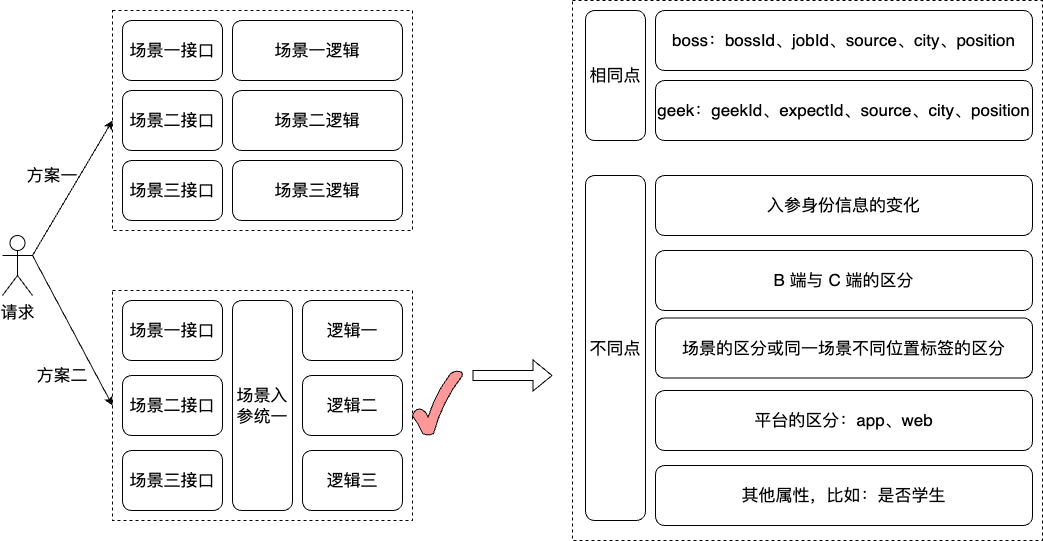
Before: work-draw-file/场景接入的方案.png, a diagram exported from draw.io (liujunao/draw-data). Source tidied: cells renumbered, new cells last; positions are measured from the earlier drawing's top-left corner, leaving out a move shared by most shapes.
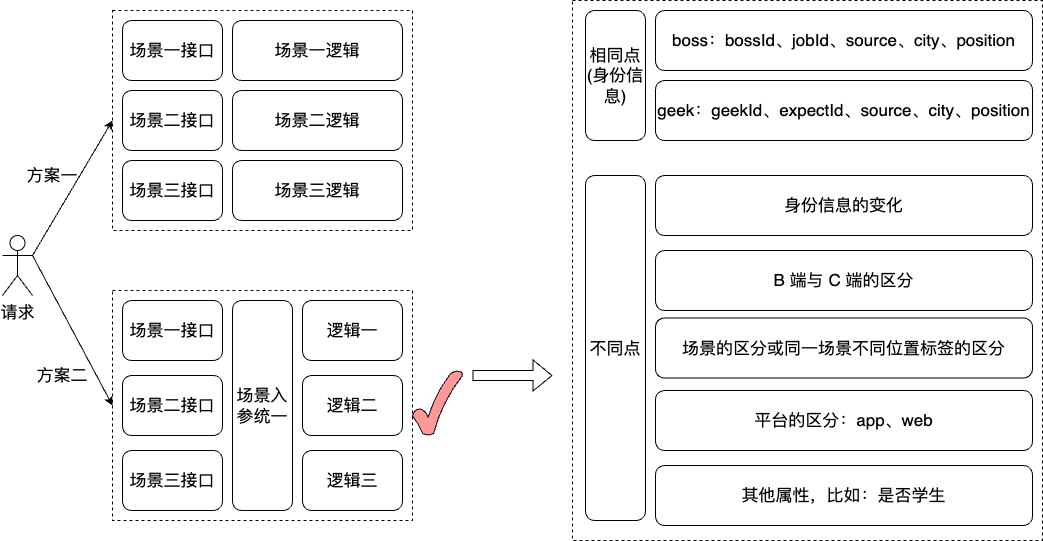
The same diagram one commit later.

Commit message:
更新场景接入的方案.png

The edit, as a diff of the source:
```diff
@@ -50,7 +50,7 @@
     <mxCell id="17" style="verticalLabelPosition=bottom;verticalAlign=top;html=1;shape=mxgraph.basic.tick;fillColor=#FF9999;" parent="1" vertex="1">
       <mxGeometry x="410" y="370" width="50" height="65" as="geometry" />
     </mxCell>
-    <mxCell id="18" value="&lt;font size=&quot;3&quot;&gt;相同点&lt;/font&gt;" style="rounded=1;whiteSpace=wrap;html=1;" parent="1" vertex="1">
+    <mxCell id="18" value="&lt;font size=&quot;3&quot;&gt;相同点&lt;br&gt;(身份信息)&lt;br&gt;&lt;/font&gt;" style="rounded=1;whiteSpace=wrap;html=1;" parent="1" vertex="1">
       <mxGeometry x="583" y="10" width="60" height="130" as="geometry" />
     </mxCell>
     <mxCell id="19" value="&lt;font size=&quot;3&quot;&gt;boss：bossId、jobId、source、city、position&lt;/font&gt;" style="rounded=1;whiteSpace=wrap;html=1;" parent="1" vertex="1">
@@ -68,7 +68,7 @@
     <mxCell id="23" value="&lt;font size=&quot;3&quot;&gt;平台的区分：app、web&lt;/font&gt;" style="rounded=1;whiteSpace=wrap;html=1;" parent="1" vertex="1">
       <mxGeometry x="653" y="390" width="377" height="60" as="geometry" />
     </mxCell>
-    <mxCell id="24" value="&lt;font size=&quot;3&quot;&gt;入参身份信息的变化&lt;/font&gt;" style="rounded=1;whiteSpace=wrap;html=1;" parent="1" vertex="1">
+    <mxCell id="24" value="&lt;font size=&quot;3&quot;&gt;身份信息的变化&lt;/font&gt;" style="rounded=1;whiteSpace=wrap;html=1;" parent="1" vertex="1">
       <mxGeometry x="653" y="175" width="377" height="60" as="geometry" />
     </mxCell>
     <mxCell id="25" value="&lt;font size=&quot;3&quot;&gt;其他属性，比如：是否学生&lt;/font&gt;" style="rounded=1;whiteSpace=wrap;html=1;" parent="1" vertex="1">
```
